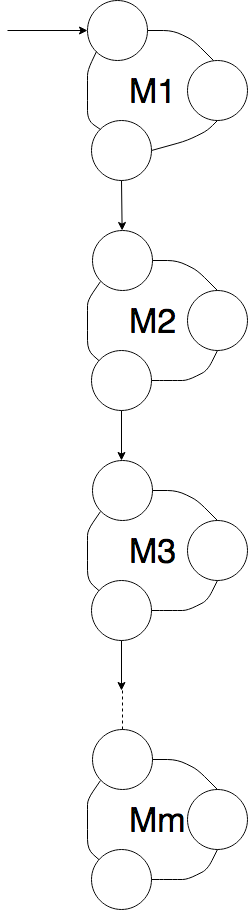
This is graphics/figure_6.png from FaMAFStuffs/slides_video_lengform, a draw.io export, as it was before one commit. Source tidied: cells renumbered, new cells last; positions are measured from the earlier drawing's top-left corner, leaving out a move shared by most shapes. The source it was exported from:
```xml
<mxGraphModel background="#ffffff">
  <root>
    <mxCell id="0" />
    <mxCell id="1" parent="0" />
    <mxCell id="2" style="ellipse;whiteSpace=wrap;html=1;shadow=0;strokeColor=#0A0A0A;fillColor=#FFFFFF;fontSize=34;" parent="1" vertex="1">
      <mxGeometry x="80" width="60" height="60" as="geometry" />
    </mxCell>
    <mxCell id="3" style="edgeStyle=none;rounded=0;html=1;entryX=0.5;entryY=0;jettySize=auto;orthogonalLoop=1;fillColor=#FFFFFF;" parent="1" edge="1">
      <mxGeometry relative="1" as="geometry">
        <mxPoint x="120" y="320" as="sourcePoint" />
        <mxPoint x="120" y="320" as="targetPoint" />
      </mxGeometry>
    </mxCell>
    <mxCell id="4" value="M1" style="text;html=1;align=left;verticalAlign=top;spacingTop=-4;fontSize=34;" parent="1" vertex="1">
      <mxGeometry x="120" y="70" width="60" height="40" as="geometry" />
    </mxCell>
    <mxCell id="5" style="ellipse;whiteSpace=wrap;html=1;shadow=0;strokeColor=#0A0A0A;fillColor=#FFFFFF;fontSize=34;" parent="1" vertex="1">
      <mxGeometry x="180" y="60" width="60" height="60" as="geometry" />
    </mxCell>
    <mxCell id="6" style="ellipse;whiteSpace=wrap;html=1;shadow=0;strokeColor=#0A0A0A;fillColor=#FFFFFF;fontSize=34;" parent="1" vertex="1">
      <mxGeometry x="84" y="120" width="60" height="60" as="geometry" />
    </mxCell>
    <mxCell id="7" style="edgeStyle=none;rounded=0;html=1;entryX=0.5;entryY=0;jettySize=auto;orthogonalLoop=1;fillColor=#FFFFFF;" parent="1" edge="1">
      <mxGeometry relative="1" as="geometry">
        <mxPoint x="120" y="410" as="sourcePoint" />
        <mxPoint x="120" y="410" as="targetPoint" />
      </mxGeometry>
    </mxCell>
    <mxCell id="8" value="M2" style="text;html=1;align=left;verticalAlign=top;spacingTop=-4;fontSize=34;" parent="1" vertex="1">
      <mxGeometry x="120" y="300" width="60" height="40" as="geometry" />
    </mxCell>
    <mxCell id="9" style="ellipse;whiteSpace=wrap;html=1;shadow=0;strokeColor=#0A0A0A;fillColor=#FFFFFF;fontSize=34;" parent="1" vertex="1">
      <mxGeometry x="180" y="290" width="60" height="60" as="geometry" />
    </mxCell>
    <mxCell id="10" style="ellipse;whiteSpace=wrap;html=1;shadow=0;strokeColor=#0A0A0A;fillColor=#FFFFFF;fontSize=34;" parent="1" vertex="1">
      <mxGeometry x="84" y="350" width="60" height="60" as="geometry" />
    </mxCell>
    <mxCell id="11" style="endArrow=none;html=1;fillColor=#FFFFFF;entryX=0.5;entryY=1;exitX=1;exitY=0.5;" parent="1" edge="1" source="10" target="9">
      <mxGeometry relative="1" as="geometry">
        <Array as="points">
          <mxPoint x="160" y="380" />
          <mxPoint x="180" y="380" />
          <mxPoint x="200" y="370" />
        </Array>
      </mxGeometry>
    </mxCell>
    <mxCell id="12" style="endArrow=none;html=1;fillColor=#FFFFFF;entryX=0;entryY=1;" parent="1" edge="1" source="10">
      <mxGeometry relative="1" as="geometry">
        <mxPoint x="93" y="281" as="targetPoint" />
        <Array as="points">
          <mxPoint x="80" y="350" />
          <mxPoint x="80" y="320" />
          <mxPoint x="80" y="300" />
        </Array>
      </mxGeometry>
    </mxCell>
    <mxCell id="13" style="endArrow=none;html=1;fillColor=#FFFFFF;entryX=0.5;entryY=1;exitX=1;exitY=0.5;" parent="1" edge="1" source="6" target="5">
      <mxGeometry relative="1" as="geometry">
        <Array as="points">
          <mxPoint x="180" y="140" />
          <mxPoint x="200" y="130" />
        </Array>
      </mxGeometry>
    </mxCell>
    <mxCell id="14" style="endArrow=none;html=1;fillColor=#FFFFFF;entryX=0.5;entryY=0;exitX=1;exitY=0.5;" parent="1" edge="1" target="9">
      <mxGeometry relative="1" as="geometry">
        <mxPoint x="144" y="260" as="sourcePoint" />
        <Array as="points">
          <mxPoint x="170" y="260" />
          <mxPoint x="190" y="270" />
        </Array>
      </mxGeometry>
    </mxCell>
    <mxCell id="15" style="endArrow=none;html=1;fillColor=#FFFFFF;entryX=0;entryY=1;exitX=0;exitY=0;" parent="1" edge="1" source="6" target="2">
      <mxGeometry relative="1" as="geometry">
        <Array as="points">
          <mxPoint x="80" y="120" />
          <mxPoint x="80" y="90" />
          <mxPoint x="80" y="70" />
        </Array>
      </mxGeometry>
    </mxCell>
    <mxCell id="16" style="endArrow=none;html=1;fillColor=#FFFFFF;entryX=0.5;entryY=0;exitX=1;exitY=0.5;" parent="1" edge="1">
      <mxGeometry relative="1" as="geometry">
        <mxPoint x="140" y="30" as="sourcePoint" />
        <mxPoint x="206" y="60" as="targetPoint" />
        <Array as="points">
          <mxPoint x="166" y="30" />
          <mxPoint x="186" y="40" />
        </Array>
      </mxGeometry>
    </mxCell>
    <mxCell id="17" style="endArrow=classic;html=1;fillColor=#FFFFFF;entryX=0;entryY=0.5;" parent="1" edge="1" target="2">
      <mxGeometry relative="1" as="geometry">
        <mxPoint y="30" as="sourcePoint" />
      </mxGeometry>
    </mxCell>
    <mxCell id="18" style="ellipse;whiteSpace=wrap;html=1;shadow=0;strokeColor=#0A0A0A;fillColor=#FFFFFF;fontSize=34;" parent="1" vertex="1">
      <mxGeometry x="85" y="230" width="60" height="60" as="geometry" />
    </mxCell>
    <mxCell id="19" style="edgeStyle=none;rounded=0;html=1;entryX=0.5;entryY=0;jettySize=auto;orthogonalLoop=1;fillColor=#FFFFFF;" parent="1" edge="1">
      <mxGeometry relative="1" as="geometry">
        <mxPoint x="120" y="550" as="sourcePoint" />
        <mxPoint x="120" y="550" as="targetPoint" />
      </mxGeometry>
    </mxCell>
    <mxCell id="20" style="edgeStyle=none;rounded=0;html=1;entryX=0.5;entryY=0;jettySize=auto;orthogonalLoop=1;fillColor=#FFFFFF;" parent="1" edge="1">
      <mxGeometry relative="1" as="geometry">
        <mxPoint x="120" y="640" as="sourcePoint" />
        <mxPoint x="120" y="640" as="targetPoint" />
      </mxGeometry>
    </mxCell>
    <mxCell id="21" value="M3" style="text;html=1;align=left;verticalAlign=top;spacingTop=-4;fontSize=34;" parent="1" vertex="1">
      <mxGeometry x="120" y="530" width="60" height="40" as="geometry" />
    </mxCell>
    <mxCell id="22" style="ellipse;whiteSpace=wrap;html=1;shadow=0;strokeColor=#0A0A0A;fillColor=#FFFFFF;fontSize=34;" parent="1" vertex="1">
      <mxGeometry x="180" y="520" width="60" height="60" as="geometry" />
    </mxCell>
    <mxCell id="23" style="ellipse;whiteSpace=wrap;html=1;shadow=0;strokeColor=#0A0A0A;fillColor=#FFFFFF;fontSize=34;" parent="1" vertex="1">
      <mxGeometry x="84" y="580" width="60" height="60" as="geometry" />
    </mxCell>
    <mxCell id="24" style="endArrow=none;html=1;fillColor=#FFFFFF;entryX=0.5;entryY=1;exitX=1;exitY=0.5;" parent="1" edge="1" source="23" target="22">
      <mxGeometry relative="1" as="geometry">
        <Array as="points">
          <mxPoint x="160" y="610" />
          <mxPoint x="180" y="610" />
          <mxPoint x="200" y="600" />
        </Array>
      </mxGeometry>
    </mxCell>
    <mxCell id="25" style="endArrow=none;html=1;fillColor=#FFFFFF;entryX=0;entryY=1;" parent="1" edge="1" source="23">
      <mxGeometry relative="1" as="geometry">
        <mxPoint x="93" y="511" as="targetPoint" />
        <Array as="points">
          <mxPoint x="80" y="580" />
          <mxPoint x="80" y="550" />
          <mxPoint x="80" y="530" />
        </Array>
      </mxGeometry>
    </mxCell>
    <mxCell id="26" style="endArrow=none;html=1;fillColor=#FFFFFF;entryX=0.5;entryY=0;exitX=1;exitY=0.5;" parent="1" edge="1" target="22">
      <mxGeometry relative="1" as="geometry">
        <mxPoint x="144" y="490" as="sourcePoint" />
        <Array as="points">
          <mxPoint x="170" y="490" />
          <mxPoint x="190" y="500" />
        </Array>
      </mxGeometry>
    </mxCell>
    <mxCell id="27" style="ellipse;whiteSpace=wrap;html=1;shadow=0;strokeColor=#0A0A0A;fillColor=#FFFFFF;fontSize=34;" parent="1" vertex="1">
      <mxGeometry x="85" y="460" width="60" height="60" as="geometry" />
    </mxCell>
    <mxCell id="28" style="edgeStyle=none;rounded=0;html=1;entryX=0.5;entryY=0;jettySize=auto;orthogonalLoop=1;fillColor=#FFFFFF;" parent="1" edge="1">
      <mxGeometry relative="1" as="geometry">
        <mxPoint x="120" y="819" as="sourcePoint" />
        <mxPoint x="120" y="819" as="targetPoint" />
      </mxGeometry>
    </mxCell>
    <mxCell id="29" style="edgeStyle=none;rounded=0;html=1;entryX=0.5;entryY=0;jettySize=auto;orthogonalLoop=1;fillColor=#FFFFFF;" parent="1" edge="1">
      <mxGeometry relative="1" as="geometry">
        <mxPoint x="120" y="909" as="sourcePoint" />
        <mxPoint x="120" y="909" as="targetPoint" />
      </mxGeometry>
    </mxCell>
    <mxCell id="30" value="Mm" style="text;html=1;align=left;verticalAlign=top;spacingTop=-4;fontSize=34;" parent="1" vertex="1">
      <mxGeometry x="120" y="799" width="70" height="40" as="geometry" />
    </mxCell>
    <mxCell id="31" style="ellipse;whiteSpace=wrap;html=1;shadow=0;strokeColor=#0A0A0A;fillColor=#FFFFFF;fontSize=34;" parent="1" vertex="1">
      <mxGeometry x="180" y="789" width="60" height="60" as="geometry" />
    </mxCell>
    <mxCell id="32" style="ellipse;whiteSpace=wrap;html=1;shadow=0;strokeColor=#0A0A0A;fillColor=#FFFFFF;fontSize=34;" parent="1" vertex="1">
      <mxGeometry x="84" y="849" width="60" height="60" as="geometry" />
    </mxCell>
    <mxCell id="33" style="endArrow=none;html=1;fillColor=#FFFFFF;entryX=0.5;entryY=1;exitX=1;exitY=0.5;" parent="1" edge="1" source="32" target="31">
      <mxGeometry relative="1" as="geometry">
        <Array as="points">
          <mxPoint x="160" y="879" />
          <mxPoint x="180" y="879" />
          <mxPoint x="200" y="869" />
        </Array>
      </mxGeometry>
    </mxCell>
    <mxCell id="34" style="endArrow=none;html=1;fillColor=#FFFFFF;entryX=0;entryY=1;" parent="1" edge="1" source="32">
      <mxGeometry relative="1" as="geometry">
        <mxPoint x="93" y="780" as="targetPoint" />
        <Array as="points">
          <mxPoint x="80" y="849" />
          <mxPoint x="80" y="819" />
          <mxPoint x="80" y="799" />
        </Array>
      </mxGeometry>
    </mxCell>
    <mxCell id="35" style="endArrow=none;html=1;fillColor=#FFFFFF;entryX=0.5;entryY=0;exitX=1;exitY=0.5;" parent="1" edge="1" target="31">
      <mxGeometry relative="1" as="geometry">
        <mxPoint x="144" y="759" as="sourcePoint" />
        <Array as="points">
          <mxPoint x="170" y="759" />
          <mxPoint x="190" y="769" />
        </Array>
      </mxGeometry>
    </mxCell>
    <mxCell id="36" style="ellipse;whiteSpace=wrap;html=1;shadow=0;strokeColor=#0A0A0A;fillColor=#FFFFFF;fontSize=34;" parent="1" vertex="1">
      <mxGeometry x="85" y="729" width="60" height="60" as="geometry" />
    </mxCell>
    <mxCell id="37" style="endArrow=classic;html=1;fillColor=#FFFFFF;exitX=0.5;exitY=1;" parent="1" edge="1" source="23">
      <mxGeometry relative="1" as="geometry">
        <mxPoint x="114" y="690" as="targetPoint" />
      </mxGeometry>
    </mxCell>
    <mxCell id="38" style="endArrow=none;dashed=1;html=1;fillColor=#FFFFFF;exitX=0.5;exitY=0;" parent="1" edge="1" source="36">
      <mxGeometry relative="1" as="geometry">
        <mxPoint x="115" y="690" as="targetPoint" />
      </mxGeometry>
    </mxCell>
    <mxCell id="39" style="endArrow=classic;html=1;fillColor=#FFFFFF;exitX=0.5;exitY=1;" parent="1" edge="1" source="10">
      <mxGeometry relative="1" as="geometry">
        <mxPoint x="114" y="460" as="targetPoint" />
      </mxGeometry>
    </mxCell>
    <mxCell id="40" style="endArrow=classic;html=1;fillColor=#FFFFFF;exitX=0.5;exitY=1;" parent="1" edge="1" source="6" target="18">
      <mxGeometry relative="1" as="geometry" />
    </mxCell>
  </root>
</mxGraphModel>
```
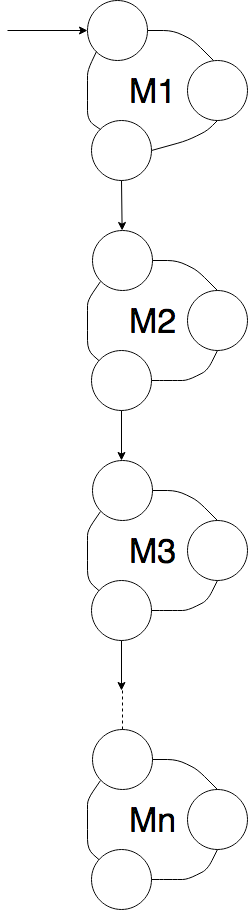
After the commit.

The edit, as a diff of the source:
```diff
@@ -1,4 +1,4 @@
-<mxGraphModel background="#ffffff">
+<mxGraphModel>
   <root>
     <mxCell id="0" />
     <mxCell id="1" parent="0" />
@@ -162,8 +162,8 @@
         <mxPoint x="120" y="909" as="targetPoint" />
       </mxGeometry>
     </mxCell>
-    <mxCell id="30" value="Mm" style="text;html=1;align=left;verticalAlign=top;spacingTop=-4;fontSize=34;" parent="1" vertex="1">
-      <mxGeometry x="120" y="799" width="70" height="40" as="geometry" />
+    <mxCell id="30" value="Mn" style="text;html=1;align=left;verticalAlign=top;spacingTop=-4;fontSize=34;" parent="1" vertex="1">
+      <mxGeometry x="120" y="799" width="60" height="40" as="geometry" />
     </mxCell>
     <mxCell id="31" style="ellipse;whiteSpace=wrap;html=1;shadow=0;strokeColor=#0A0A0A;fillColor=#FFFFFF;fontSize=34;" parent="1" vertex="1">
       <mxGeometry x="180" y="789" width="60" height="60" as="geometry" />
```
